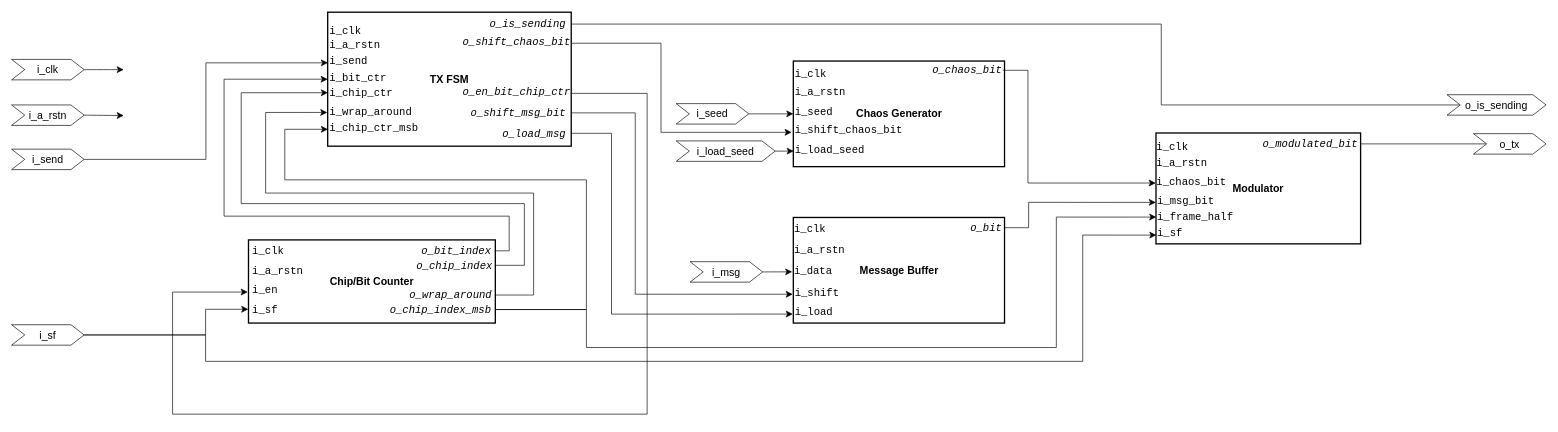
OmarAmer01/DCSK keeps this draw.io diagram as diagrams/Top Level/final_modem.drawio. Above is the earlier version. Source tidied: cells renumbered, new cells numbered last; positions are measured from the earlier drawing's top-left corner, leaving out a move shared by most shapes. Both pictures are drawn from the tidied source at 66%, with x=0, y=0 at pixel (11, 12).
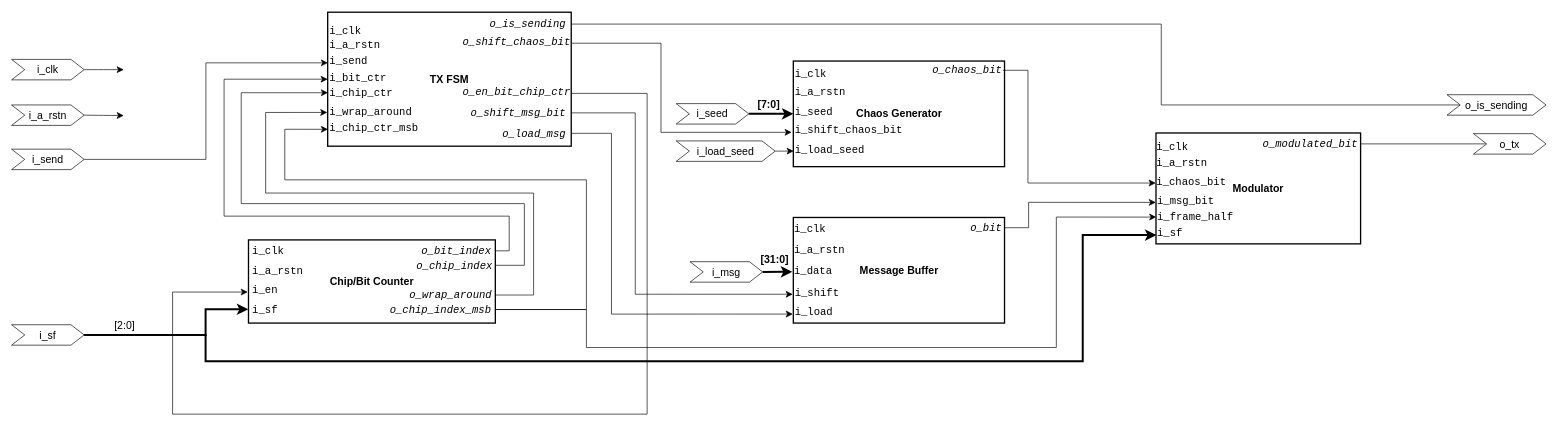
Above is the later version.

The change refers to these unchanged cells:
```xml
<mxCell id="15" value="&lt;b&gt;Chaos Generator&lt;/b&gt;" style="rounded=0;whiteSpace=wrap;html=1;fontSize=16;strokeWidth=2;" parent="1" vertex="1">
  <mxGeometry x="1184.5" y="74" width="320" height="160" as="geometry" />
</mxCell>
<mxCell id="29" value="&lt;b&gt;Chip/Bit Counter&lt;/b&gt;" style="rounded=0;whiteSpace=wrap;html=1;fontSize=16;strokeWidth=2;" parent="1" vertex="1">
  <mxGeometry x="359" y="345" width="374" height="126" as="geometry" />
</mxCell>
<mxCell id="46" value="&lt;font face=&quot;Courier New&quot;&gt;i_data&lt;/font&gt;" style="text;html=1;align=left;verticalAlign=middle;points=[];strokeColor=none;fillColor=none;fontSize=16;" parent="1" vertex="1">
  <mxGeometry x="1184" y="375" width="76" height="33" as="geometry" />
</mxCell>
<mxCell id="56" value="&lt;font face=&quot;Courier New&quot;&gt;i_sf&lt;/font&gt;" style="text;html=1;align=left;verticalAlign=middle;points=[];strokeColor=none;fillColor=none;fontSize=16;" parent="1" vertex="1">
  <mxGeometry x="1734" y="318.5" width="56" height="33" as="geometry" />
</mxCell>
<mxCell id="65" value="i_seed" style="shape=step;perimeter=stepPerimeter;whiteSpace=wrap;html=1;fixedSize=1;fontSize=16;" parent="1" vertex="1">
  <mxGeometry x="1007" y="138.5" width="110" height="31" as="geometry" />
</mxCell>
<mxCell id="67" value="i_sf" style="shape=step;perimeter=stepPerimeter;whiteSpace=wrap;html=1;fixedSize=1;fontSize=16;" parent="1" vertex="1">
  <mxGeometry y="473.5" width="110" height="31" as="geometry" />
</mxCell>
<mxCell id="70" value="i_msg" style="shape=step;perimeter=stepPerimeter;whiteSpace=wrap;html=1;fixedSize=1;fontSize=16;" parent="1" vertex="1">
  <mxGeometry x="1028" y="378" width="110" height="31" as="geometry" />
</mxCell>
```

Change to the diagram source:
```diff
@@
-    <mxCell id="64" style="edgeStyle=none;curved=1;rounded=0;jettySize=auto;html=1;exitX=1;exitY=0.5;exitDx=0;exitDy=0;entryX=0;entryY=0.5;entryDx=0;entryDy=0;fontSize=12;startSize=8;endSize=8;" parent="1" edge="1" source="65" target="15">
+    <mxCell id="64" style="edgeStyle=none;curved=1;rounded=0;jettySize=auto;html=1;exitX=1;exitY=0.5;exitDx=0;exitDy=0;entryX=0;entryY=0.5;entryDx=0;entryDy=0;fontSize=12;startSize=8;endSize=8;strokeWidth=3;" parent="1" edge="1" source="65" target="15">
       <mxGeometry relative="1" as="geometry" />
     </mxCell>
@@
-    <mxCell id="72" style="edgeStyle=orthogonalEdgeStyle;rounded=0;jettySize=auto;html=1;exitX=1;exitY=0.5;exitDx=0;exitDy=0;entryX=-0.001;entryY=0.834;entryDx=0;entryDy=0;entryPerimeter=0;fontSize=12;startSize=8;endSize=8;" parent="1" edge="1" source="67" target="29">
+    <mxCell id="72" style="edgeStyle=orthogonalEdgeStyle;rounded=0;jettySize=auto;html=1;exitX=1;exitY=0.5;exitDx=0;exitDy=0;entryX=-0.001;entryY=0.834;entryDx=0;entryDy=0;entryPerimeter=0;fontSize=12;startSize=8;endSize=8;strokeWidth=3;" parent="1" edge="1" source="67" target="29">
       <mxGeometry relative="1" as="geometry">
         <Array as="points">
           <mxPoint x="294" y="489" />
           <mxPoint x="294" y="450" />
         </Array>
       </mxGeometry>
     </mxCell>
-    <mxCell id="73" style="edgeStyle=orthogonalEdgeStyle;rounded=0;jettySize=auto;html=1;exitX=1;exitY=0.5;exitDx=0;exitDy=0;fontSize=12;startSize=8;endSize=8;entryX=0.01;entryY=0.583;entryDx=0;entryDy=0;entryPerimeter=0;" parent="1" edge="1" source="67" target="56">
+    <mxCell id="73" style="edgeStyle=orthogonalEdgeStyle;rounded=0;jettySize=auto;html=1;exitX=1;exitY=0.5;exitDx=0;exitDy=0;fontSize=12;startSize=8;endSize=8;entryX=0.01;entryY=0.583;entryDx=0;entryDy=0;entryPerimeter=0;strokeWidth=3;" parent="1" edge="1" source="67" target="56">
       <mxGeometry relative="1" as="geometry">
         <Array as="points">
           <mxPoint x="294" y="489" />
           <mxPoint x="294" y="529" />
           <mxPoint x="1623" y="529" />
           <mxPoint x="1623" y="338" />
         </Array>
       </mxGeometry>
     </mxCell>
-    <mxCell id="74" style="edgeStyle=none;curved=1;rounded=0;jettySize=auto;html=1;exitX=1;exitY=0.5;exitDx=0;exitDy=0;entryX=-0.016;entryY=0.557;entryDx=0;entryDy=0;entryPerimeter=0;fontSize=12;startSize=8;endSize=8;" parent="1" edge="1" source="70" target="46">
+    <mxCell id="74" style="edgeStyle=none;curved=1;rounded=0;jettySize=auto;html=1;exitX=1;exitY=0.5;exitDx=0;exitDy=0;entryX=-0.016;entryY=0.557;entryDx=0;entryDy=0;entryPerimeter=0;fontSize=12;startSize=8;endSize=8;strokeWidth=3;" parent="1" edge="1" source="70" target="46">
       <mxGeometry relative="1" as="geometry" />
     </mxCell>
@@
+    <mxCell id="76" value="[2:0]" style="text;html=1;align=center;verticalAlign=middle;strokeColor=none;fillColor=none;fontSize=16;" parent="1" vertex="1">
+      <mxGeometry x="146" y="458" width="49" height="31" as="geometry" />
+    </mxCell>
+    <mxCell id="77" value="[7:0]" style="text;html=1;align=center;verticalAlign=middle;strokeColor=none;fillColor=none;fontSize=16;fontStyle=1;" parent="1" vertex="1">
+      <mxGeometry x="1121" y="123" width="52" height="31" as="geometry" />
+    </mxCell>
+    <mxCell id="78" value="[31:0]" style="text;html=1;align=center;verticalAlign=middle;strokeColor=none;fillColor=none;fontSize=16;fontStyle=1;" parent="1" vertex="1">
+      <mxGeometry x="1125.5" y="358" width="61" height="31" as="geometry" />
+    </mxCell>
```
